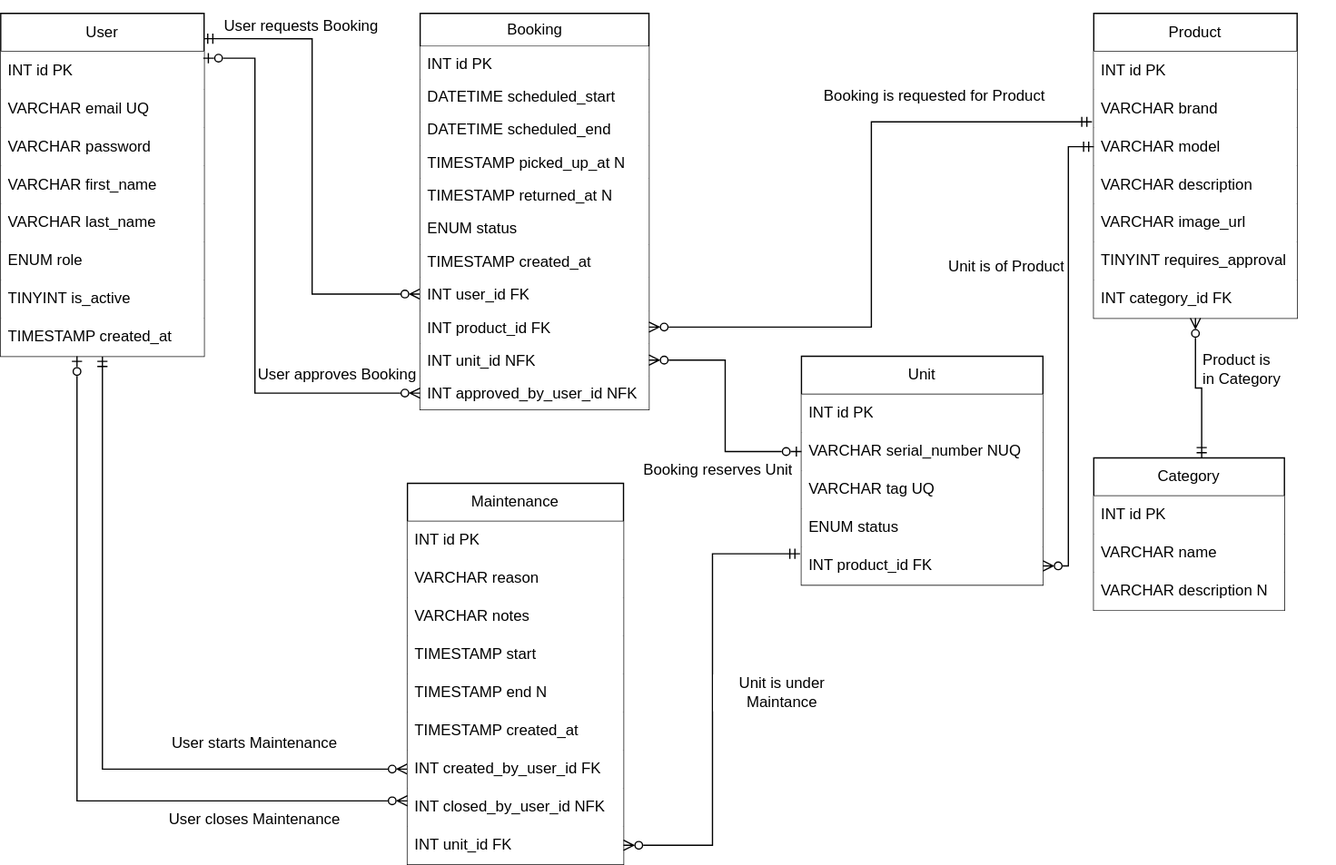
Before: database/Equipment Booking.svg, a diagram exported from draw.io (37265/equipment-manager). Source tidied: cells renumbered, new cells last; positions are measured from the earlier drawing's top-left corner, leaving out a move shared by most shapes.
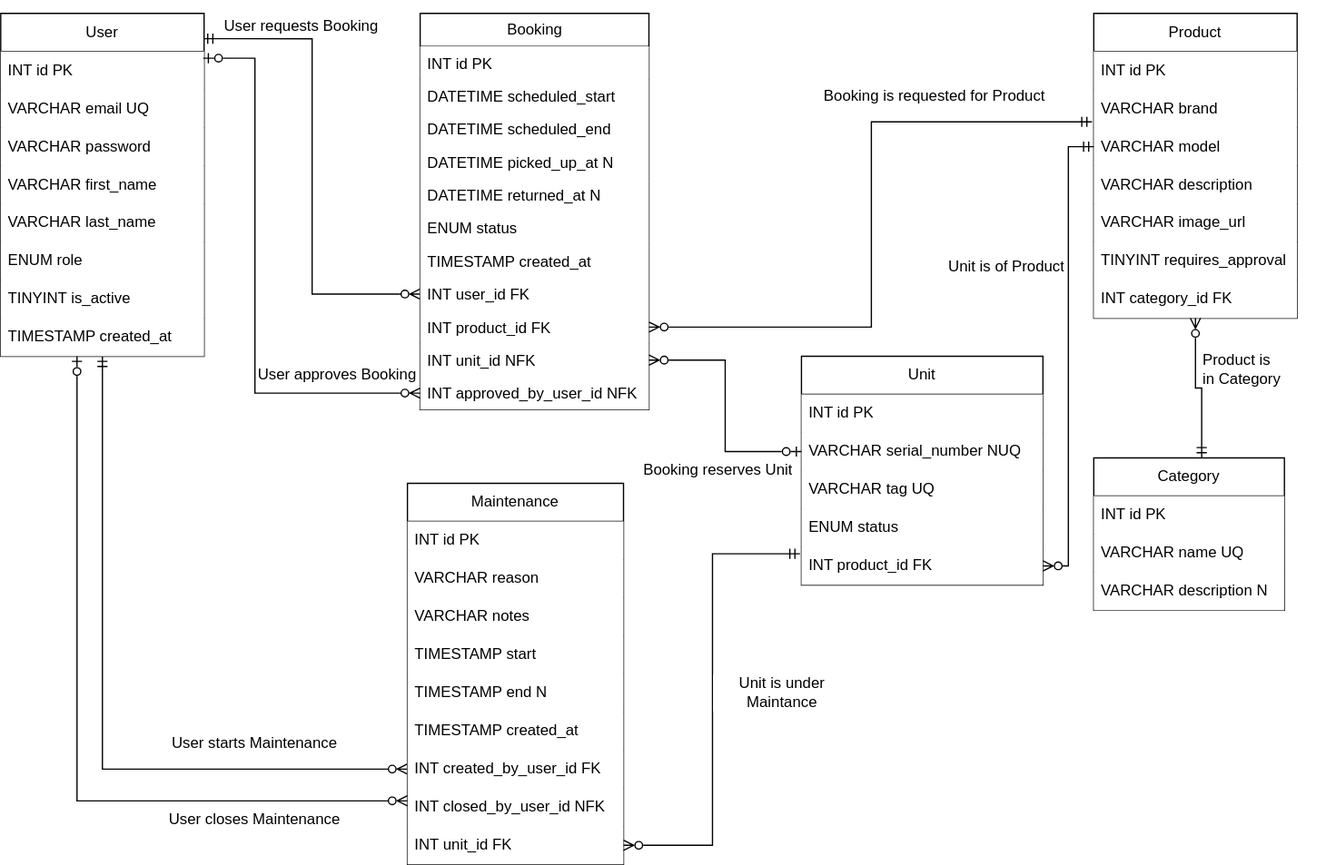
The same file after the commit.

Diff of the diagram source:
```diff
@@ -69,7 +69,7 @@
     <mxCell id="22" value="INT id PK" style="text;strokeColor=none;fillColor=default;align=left;verticalAlign=middle;spacingLeft=4;spacingRight=4;overflow=hidden;whiteSpace=wrap;html=1;" parent="21" vertex="1">
       <mxGeometry y="30" width="150" height="30" as="geometry" />
     </mxCell>
-    <mxCell id="23" value="&lt;div&gt;VARCHAR name&lt;/div&gt;" style="text;strokeColor=none;fillColor=default;align=left;verticalAlign=middle;spacingLeft=4;spacingRight=4;overflow=hidden;whiteSpace=wrap;html=1;" parent="21" vertex="1">
+    <mxCell id="23" value="&lt;div&gt;VARCHAR name UQ&lt;/div&gt;" style="text;strokeColor=none;fillColor=default;align=left;verticalAlign=middle;spacingLeft=4;spacingRight=4;overflow=hidden;whiteSpace=wrap;html=1;" parent="21" vertex="1">
       <mxGeometry y="60" width="150" height="30" as="geometry" />
     </mxCell>
     <mxCell id="24" value="&lt;div&gt;VARCHAR&amp;nbsp;description N&lt;/div&gt;" style="text;strokeColor=none;fillColor=default;align=left;verticalAlign=middle;spacingLeft=4;spacingRight=4;overflow=hidden;whiteSpace=wrap;html=1;" parent="21" vertex="1">
@@ -87,10 +87,10 @@
     <mxCell id="28" value="&lt;div&gt;DATETIME scheduled_end&lt;/div&gt;" style="text;strokeColor=none;fillColor=default;align=left;verticalAlign=top;spacingLeft=4;spacingRight=4;overflow=hidden;whiteSpace=wrap;html=1;" parent="25" vertex="1">
       <mxGeometry y="78" width="180" height="26" as="geometry" />
     </mxCell>
-    <mxCell id="29" value="TIMESTAMP picked_up_at N" style="text;strokeColor=none;fillColor=default;align=left;verticalAlign=top;spacingLeft=4;spacingRight=4;overflow=hidden;whiteSpace=wrap;html=1;" parent="25" vertex="1">
+    <mxCell id="29" value="DATETIME picked_up_at N" style="text;strokeColor=none;fillColor=default;align=left;verticalAlign=top;spacingLeft=4;spacingRight=4;overflow=hidden;whiteSpace=wrap;html=1;" parent="25" vertex="1">
       <mxGeometry y="104" width="180" height="26" as="geometry" />
     </mxCell>
-    <mxCell id="30" value="TIMESTAMP returned_at N" style="text;strokeColor=none;fillColor=default;align=left;verticalAlign=top;spacingLeft=4;spacingRight=4;overflow=hidden;whiteSpace=wrap;html=1;" parent="25" vertex="1">
+    <mxCell id="30" value="DATETIME returned_at N" style="text;strokeColor=none;fillColor=default;align=left;verticalAlign=top;spacingLeft=4;spacingRight=4;overflow=hidden;whiteSpace=wrap;html=1;" parent="25" vertex="1">
       <mxGeometry y="130" width="180" height="26" as="geometry" />
     </mxCell>
     <mxCell id="31" value="ENUM status" style="text;strokeColor=none;fillColor=default;align=left;verticalAlign=top;spacingLeft=4;spacingRight=4;overflow=hidden;whiteSpace=wrap;html=1;" parent="25" vertex="1">
```
